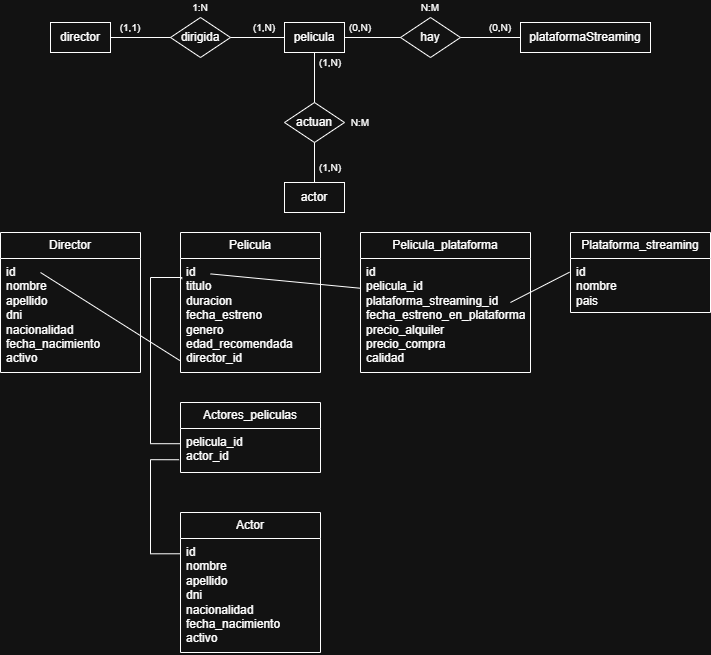
pablooosb/plataformaPeliculas keeps this draw.io diagram as plataformaPeliculas.png. Above is the earlier version. Source tidied: cells renumbered, new cells last; positions are measured from the earlier drawing's top-left corner, leaving out a move shared by most shapes.
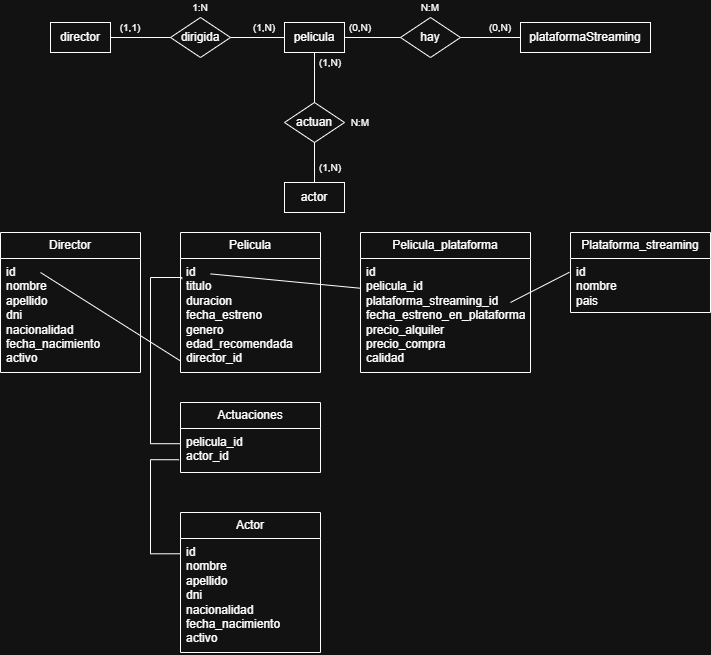
After the commit.

The edit, as a diff of the source:
```diff
@@ -92,7 +92,7 @@
     <mxCell id="31" value="id&lt;div&gt;nombre&lt;/div&gt;&lt;div&gt;pais&lt;/div&gt;" style="text;strokeColor=none;fillColor=none;align=left;verticalAlign=top;spacingLeft=4;spacingRight=4;overflow=hidden;points=[[0,0.5],[1,0.5]];portConstraint=eastwest;whiteSpace=wrap;html=1;" parent="30" vertex="1">
       <mxGeometry y="26" width="140" height="54" as="geometry" />
     </mxCell>
-    <mxCell id="32" value="Actores_peliculas" style="swimlane;fontStyle=0;horizontal=1;startSize=26;fillColor=none;whiteSpace=wrap;html=1;" parent="1" vertex="1">
+    <mxCell id="32" value="Actuaciones" style="swimlane;fontStyle=0;horizontal=1;startSize=26;fillColor=none;whiteSpace=wrap;html=1;" parent="1" vertex="1">
       <mxGeometry x="180" y="400" width="140" height="70" as="geometry" />
     </mxCell>
     <mxCell id="33" value="pelicula_id&lt;div&gt;actor_id&lt;/div&gt;" style="text;strokeColor=none;fillColor=none;align=left;verticalAlign=top;spacingLeft=4;spacingRight=4;overflow=hidden;points=[[0,0.5],[1,0.5]];portConstraint=eastwest;whiteSpace=wrap;html=1;" parent="32" vertex="1">
```
